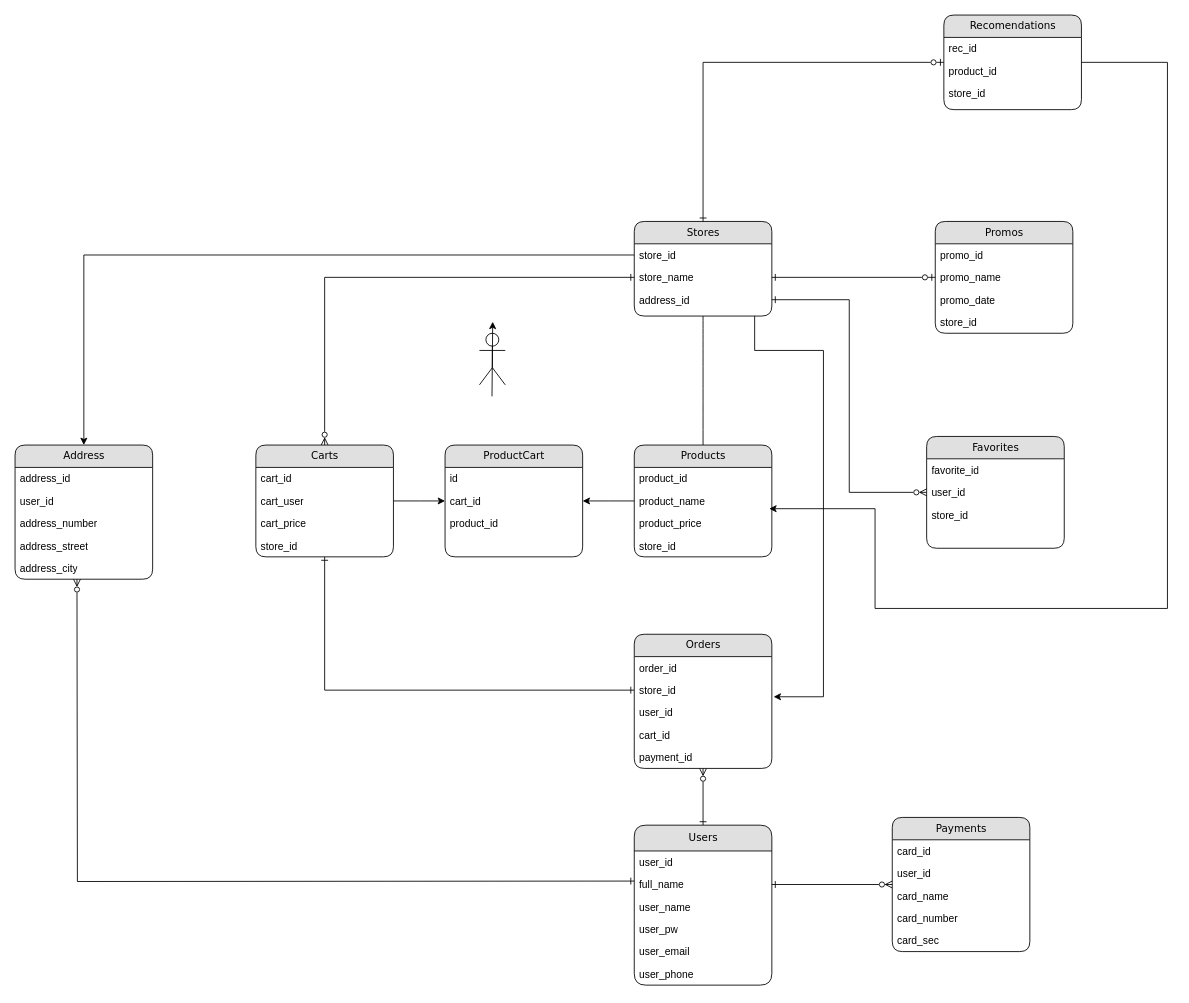
The draw.io diagram DatabaseModel/Model.drawio in babislz/FoodSpace, before the edit. Source tidied: cells renumbered, new cells numbered last; positions are measured from the earlier drawing's top-left corner, leaving out a move shared by most shapes. Both pictures are drawn from the tidied source at 86%, with x=0, y=0 at pixel (15, 15).
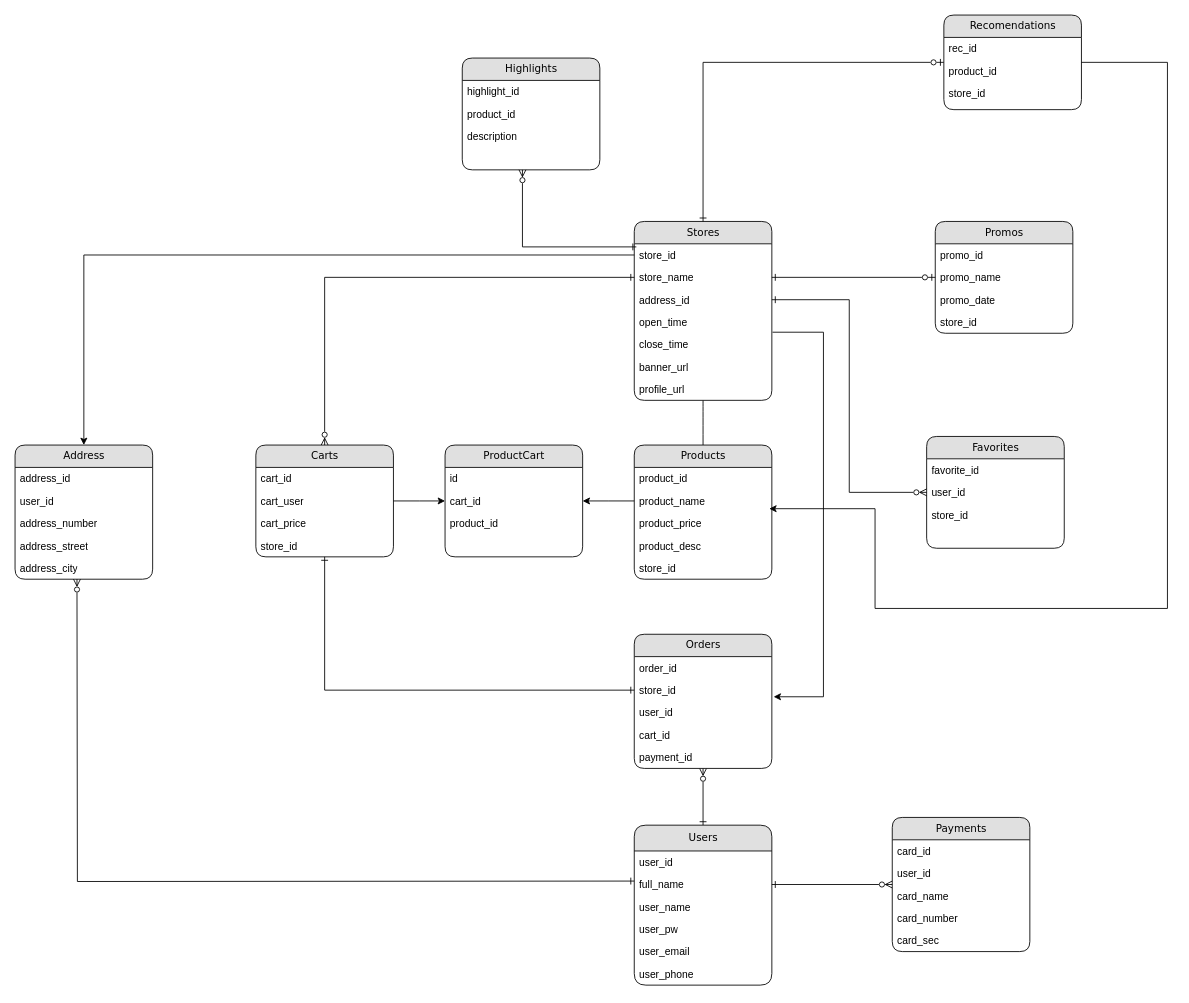
The same page after the edit.

Unchanged cells that the change refers to:
```xml
<mxCell id="13" value="store_id" style="text;html=1;strokeColor=none;fillColor=none;spacingLeft=4;spacingRight=4;whiteSpace=wrap;overflow=hidden;points=[[0,0.5],[1,0.5]];portConstraint=eastwest;" parent="12" vertex="1">
  <mxGeometry y="26" width="160" height="26" as="geometry" />
</mxCell>
<mxCell id="41" value="user_id" style="text;html=1;strokeColor=none;fillColor=none;spacingLeft=4;spacingRight=4;whiteSpace=wrap;overflow=hidden;points=[[0,0.5],[1,0.5]];portConstraint=eastwest;" parent="38" vertex="1">
  <mxGeometry y="78" width="160" height="26" as="geometry" />
</mxCell>
```

The edit, as a diff of the source:
```diff
@@
-    <mxCell id="11" style="edgeStyle=orthogonalEdgeStyle;rounded=0;jettySize=auto;html=1;entryX=1.013;entryY=-0.204;entryDx=0;entryDy=0;entryPerimeter=0;" parent="1" edge="1" target="41">
+    <mxCell id="11" style="edgeStyle=orthogonalEdgeStyle;rounded=0;jettySize=auto;html=1;entryX=1.013;entryY=-0.204;entryDx=0;entryDy=0;entryPerimeter=0;exitX=1.005;exitY=-0.046;exitDx=0;exitDy=0;exitPerimeter=0;" parent="1" edge="1" source="75" target="41">
       <mxGeometry relative="1" as="geometry">
-        <mxPoint x="860" y="350" as="sourcePoint" />
         <Array as="points">
-          <mxPoint x="860" y="390" />
-          <mxPoint x="940" y="390" />
+          <mxPoint x="940" y="369" />
           <mxPoint x="940" y="793" />
         </Array>
       </mxGeometry>
     </mxCell>
     <mxCell id="12" value="Stores" style="swimlane;html=1;fontStyle=0;horizontal=1;startSize=26;fillColor=#e0e0e0;swimlaneFillColor=#ffffff;align=center;rounded=1;shadow=0;comic=0;labelBackgroundColor=none;strokeWidth=1;fontFamily=Verdana;fontSize=12;" parent="1" vertex="1">
-      <mxGeometry x="720" y="240" width="160" height="110" as="geometry" />
+      <mxGeometry x="720" y="240" width="160" height="208" as="geometry" />
     </mxCell>
@@
+    <mxCell id="74" value="open_time" style="text;html=1;strokeColor=none;fillColor=none;spacingLeft=4;spacingRight=4;whiteSpace=wrap;overflow=hidden;" parent="12" vertex="1">
+      <mxGeometry y="104" width="160" height="26" as="geometry" />
+    </mxCell>
+    <mxCell id="75" value="close_time" style="text;html=1;strokeColor=none;fillColor=none;spacingLeft=4;spacingRight=4;whiteSpace=wrap;overflow=hidden;points=[[0,0.5],[1,0.5]];portConstraint=eastwest;" parent="12" vertex="1">
+      <mxGeometry y="130" width="160" height="26" as="geometry" />
+    </mxCell>
+    <mxCell id="76" value="banner_url" style="text;html=1;strokeColor=none;fillColor=none;spacingLeft=4;spacingRight=4;whiteSpace=wrap;overflow=hidden;" parent="12" vertex="1">
+      <mxGeometry y="156" width="160" height="26" as="geometry" />
+    </mxCell>
+    <mxCell id="77" value="profile_url" style="text;html=1;strokeColor=none;fillColor=none;spacingLeft=4;spacingRight=4;whiteSpace=wrap;overflow=hidden;" parent="12" vertex="1">
+      <mxGeometry y="182" width="160" height="26" as="geometry" />
+    </mxCell>
@@
     <mxCell id="28" value="Products" style="swimlane;html=1;fontStyle=0;horizontal=1;startSize=26;fillColor=#e0e0e0;swimlaneFillColor=#ffffff;align=center;rounded=1;shadow=0;comic=0;labelBackgroundColor=none;strokeWidth=1;fontFamily=Verdana;fontSize=12;" parent="1" vertex="1">
-      <mxGeometry x="720" y="500" width="160" height="130" as="geometry" />
+      <mxGeometry x="720" y="500" width="160" height="156" as="geometry" />
     </mxCell>
@@
+    <mxCell id="78" value="product_desc" style="text;html=1;strokeColor=none;fillColor=none;spacingLeft=4;spacingRight=4;whiteSpace=wrap;overflow=hidden;" parent="28" vertex="1">
+      <mxGeometry y="104" width="160" height="26" as="geometry" />
+    </mxCell>
     <mxCell id="32" value="store_id" style="text;html=1;strokeColor=none;fillColor=none;spacingLeft=4;spacingRight=4;whiteSpace=wrap;overflow=hidden;" parent="28" vertex="1">
-      <mxGeometry y="104" width="160" height="26" as="geometry" />
+      <mxGeometry y="130" width="160" height="26" as="geometry" />
     </mxCell>
@@
-    <mxCell id="72" style="shape=umlActor;verticalLabelPosition=bottom;verticalAlign=top;html=1;" parent="1" vertex="1">
-      <mxGeometry x="540" y="370" width="30" height="60" as="geometry" />
-    </mxCell>
-    <mxCell id="73" style="endArrow=classic;html=1;rounded=0;exitX=0.183;exitY=-0.025;exitDx=0;exitDy=0;exitPerimeter=0;" parent="1" edge="1">
-      <mxGeometry relative="1" as="geometry">
-        <mxPoint x="554.6" y="443.4" as="sourcePoint" />
-        <mxPoint x="555.4" y="356.6" as="targetPoint" />
-      </mxGeometry>
-    </mxCell>
+    <mxCell id="79" value="Highlights" style="swimlane;html=1;fontStyle=0;horizontal=1;startSize=26;fillColor=#e0e0e0;swimlaneFillColor=#ffffff;align=center;rounded=1;shadow=0;comic=0;labelBackgroundColor=none;strokeWidth=1;fontFamily=Verdana;fontSize=12;" parent="1" vertex="1">
+      <mxGeometry x="520" y="50" width="160" height="130" as="geometry" />
+    </mxCell>
+    <mxCell id="80" value="highlight_id" style="text;html=1;strokeColor=none;fillColor=none;spacingLeft=4;spacingRight=4;whiteSpace=wrap;overflow=hidden;" parent="79" vertex="1">
+      <mxGeometry y="26" width="160" height="26" as="geometry" />
+    </mxCell>
+    <mxCell id="81" value="product_id" style="text;html=1;strokeColor=none;fillColor=none;spacingLeft=4;spacingRight=4;whiteSpace=wrap;overflow=hidden;" parent="79" vertex="1">
+      <mxGeometry y="52" width="160" height="26" as="geometry" />
+    </mxCell>
+    <mxCell id="82" value="description" style="text;html=1;strokeColor=none;fillColor=none;spacingLeft=4;spacingRight=4;whiteSpace=wrap;overflow=hidden;" parent="79" vertex="1">
+      <mxGeometry y="78" width="160" height="26" as="geometry" />
+    </mxCell>
+    <mxCell id="83" style="edgeStyle=orthogonalEdgeStyle;rounded=0;jettySize=auto;html=1;entryX=0.015;entryY=0.138;entryDx=0;entryDy=0;entryPerimeter=0;endArrow=ERone;endFill=0;startArrow=ERzeroToMany;startFill=0;" parent="1" edge="1" source="79" target="13">
+      <mxGeometry relative="1" as="geometry">
+        <Array as="points">
+          <mxPoint x="590" y="270" />
+        </Array>
+      </mxGeometry>
+    </mxCell>
```
